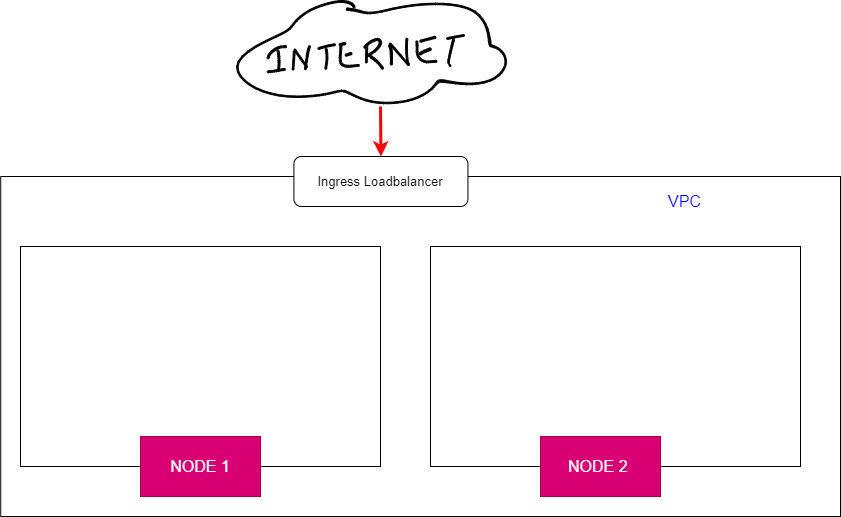
dikshita-git/RP_Study-on-Ingress-and-its-security-IPv4-IPv6- keeps this draw.io diagram as Page_images/Ingress_network.png. Above is the earlier version. Source tidied: cells renumbered, new cells last; positions are measured from the earlier drawing's top-left corner, leaving out a move shared by most shapes.
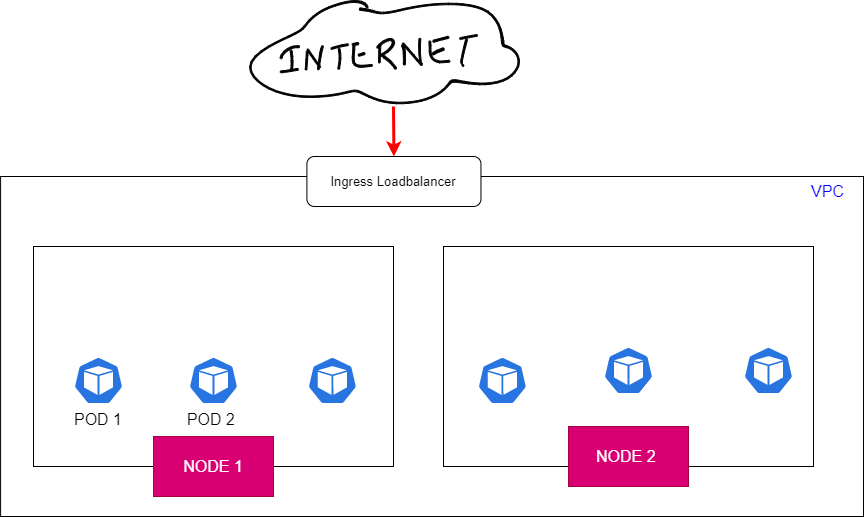
The same diagram one commit later.

Diff of the diagram source:
```diff
@@ -74,13 +74,13 @@
       </mxGeometry>
     </mxCell>
     <mxCell id="25" style="rounded=0;whiteSpace=wrap;html=1;fontSize=14;fillColor=none;" parent="1" vertex="1">
-      <mxGeometry x="0.2" y="176" width="839.8" height="340" as="geometry" />
+      <mxGeometry x="-12.9" y="176" width="862.9" height="340" as="geometry" />
     </mxCell>
     <mxCell id="26" value="&lt;font style=&quot;font-size: 13px;&quot;&gt;Ingress Loadbalancer&lt;/font&gt;" style="rounded=1;whiteSpace=wrap;html=1;" parent="1" vertex="1">
       <mxGeometry x="293.4" y="156" width="174.1" height="50" as="geometry" />
     </mxCell>
     <mxCell id="27" value="&lt;font style=&quot;font-size: 16px;&quot;&gt;&amp;nbsp; &lt;font color=&quot;#0000ff&quot;&gt;VPC&lt;/font&gt;&lt;/font&gt;" style="text;html=1;strokeColor=none;fillColor=none;align=center;verticalAlign=middle;whiteSpace=wrap;rounded=0;fontSize=14;" parent="1" vertex="1">
-      <mxGeometry x="650" y="186" width="60" height="30" as="geometry" />
+      <mxGeometry x="780" y="176" width="60" height="30" as="geometry" />
     </mxCell>
     <mxCell id="28" style="rounded=0;whiteSpace=wrap;html=1;fontSize=16;fontColor=#0000FF;" parent="1" vertex="1">
       <mxGeometry x="20" y="246" width="360" height="220" as="geometry" />
@@ -92,7 +92,31 @@
       <mxGeometry x="140" y="436" width="120" height="60" as="geometry" />
     </mxCell>
     <mxCell id="31" value="NODE 2&amp;nbsp;" style="rounded=0;whiteSpace=wrap;html=1;fontSize=16;fontColor=#ffffff;fillColor=#d80073;strokeColor=#A50040;" parent="1" vertex="1">
-      <mxGeometry x="540" y="436" width="120" height="60" as="geometry" />
+      <mxGeometry x="555" y="426" width="120" height="60" as="geometry" />
     </mxCell>
+    <mxCell id="32" style="sketch=0;html=1;dashed=0;whitespace=wrap;fillColor=#2875E2;strokeColor=#ffffff;shape=mxgraph.kubernetes.icon;prIcon=pod;fontSize=16;fontColor=#0000FF;" parent="1" vertex="1">
+      <mxGeometry x="60" y="356" width="50" height="48" as="geometry" />
+    </mxCell>
+    <mxCell id="33" value="&lt;font color=&quot;#000000&quot;&gt;POD 1&lt;/font&gt;" style="text;html=1;strokeColor=none;fillColor=none;align=center;verticalAlign=middle;whiteSpace=wrap;rounded=0;fontSize=16;fontColor=#0000FF;" parent="1" vertex="1">
+      <mxGeometry x="55" y="404" width="60" height="30" as="geometry" />
+    </mxCell>
+    <mxCell id="34" style="sketch=0;html=1;dashed=0;whitespace=wrap;fillColor=#2875E2;strokeColor=#ffffff;shape=mxgraph.kubernetes.icon;prIcon=pod;fontSize=16;fontColor=#0000FF;" parent="1" vertex="1">
+      <mxGeometry x="175" y="356" width="50" height="48" as="geometry" />
+    </mxCell>
+    <mxCell id="35" style="sketch=0;html=1;dashed=0;whitespace=wrap;fillColor=#2875E2;strokeColor=#ffffff;shape=mxgraph.kubernetes.icon;prIcon=pod;fontSize=16;fontColor=#0000FF;" parent="1" vertex="1">
+      <mxGeometry x="293.9" y="356" width="50" height="48" as="geometry" />
+    </mxCell>
+    <mxCell id="36" style="sketch=0;html=1;dashed=0;whitespace=wrap;fillColor=#2875E2;strokeColor=#ffffff;shape=mxgraph.kubernetes.icon;prIcon=pod;fontSize=16;fontColor=#0000FF;" parent="1" vertex="1">
+      <mxGeometry x="730" y="346" width="50" height="48" as="geometry" />
+    </mxCell>
+    <mxCell id="37" style="sketch=0;html=1;dashed=0;whitespace=wrap;fillColor=#2875E2;strokeColor=#ffffff;shape=mxgraph.kubernetes.icon;prIcon=pod;fontSize=16;fontColor=#0000FF;" parent="1" vertex="1">
+      <mxGeometry x="590" y="346" width="50" height="48" as="geometry" />
+    </mxCell>
+    <mxCell id="38" style="sketch=0;html=1;dashed=0;whitespace=wrap;fillColor=#2875E2;strokeColor=#ffffff;shape=mxgraph.kubernetes.icon;prIcon=pod;fontSize=16;fontColor=#0000FF;" parent="1" vertex="1">
+      <mxGeometry x="463.9" y="356" width="50" height="48" as="geometry" />
+    </mxCell>
+    <mxCell id="39" value="&lt;font color=&quot;#000000&quot;&gt;POD 2&amp;nbsp;&lt;/font&gt;" style="text;html=1;strokeColor=none;fillColor=none;align=center;verticalAlign=middle;whiteSpace=wrap;rounded=0;fontSize=16;fontColor=#0000FF;" parent="1" vertex="1">
+      <mxGeometry x="170" y="404" width="60" height="30" as="geometry" />
+    </mxCell>
   </root>
 </mxGraphModel>
```
